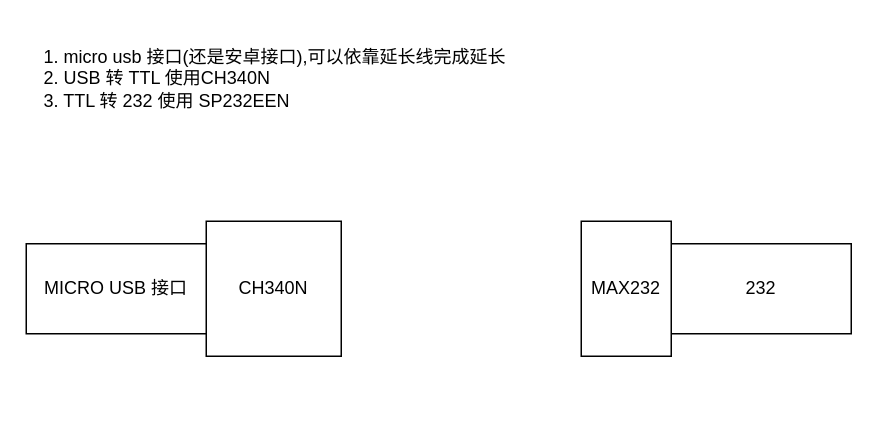
Above: misc/usb转ttl.drawio in iysheng/reddbg (draw.io), before the change. Source tidied: cells renumbered, new cells numbered last; positions are measured from the earlier drawing's top-left corner, leaving out a move shared by most shapes. Both pictures are drawn from the tidied source at 150%, with x=0, y=0 at pixel (26, 26).
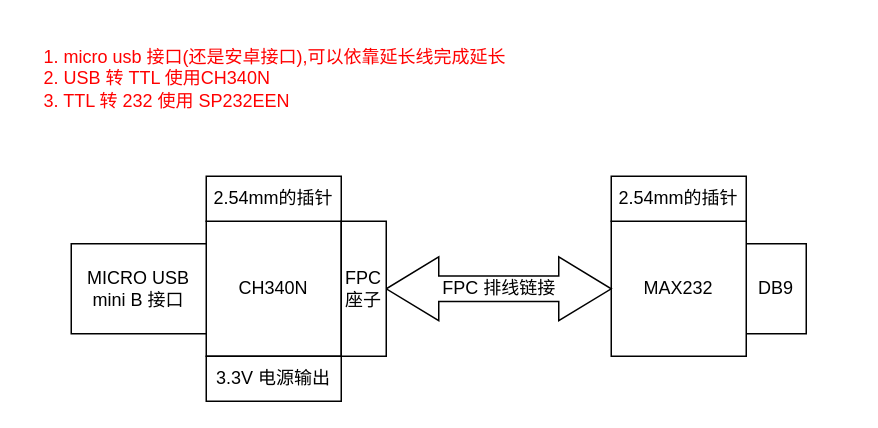
The same diagram, later.

What changed in the source:
```diff
@@
 <mxGraphModel>
   <root>
     <mxCell id="0" />
     <mxCell id="1" parent="0" />
     <mxCell id="2" value="CH340N" style="rounded=0;whiteSpace=wrap;html=1;" parent="1" vertex="1">
       <mxGeometry x="120" y="130" width="90" height="90" as="geometry" />
     </mxCell>
-    <mxCell id="3" value="MICRO USB 接口" style="rounded=0;whiteSpace=wrap;html=1;" parent="1" vertex="1">
-      <mxGeometry y="145" width="120" height="60" as="geometry" />
+    <mxCell id="3" value="MICRO USB &lt;br&gt;mini B 接口" style="rounded=0;whiteSpace=wrap;html=1;" parent="1" vertex="1">
+      <mxGeometry x="30" y="145" width="90" height="60" as="geometry" />
     </mxCell>
-    <mxCell id="4" value="232" style="rounded=0;whiteSpace=wrap;html=1;" parent="1" vertex="1">
-      <mxGeometry x="430" y="145" width="120" height="60" as="geometry" />
+    <mxCell id="4" value="DB9" style="rounded=0;whiteSpace=wrap;html=1;" parent="1" vertex="1">
+      <mxGeometry x="480" y="145" width="40" height="60" as="geometry" />
     </mxCell>
-    <mxCell id="5" value="1. micro usb 接口(还是安卓接口),可以依靠延长线完成延长&lt;br&gt;2. USB 转 TTL 使用CH340N&lt;br&gt;3. TTL 转 232 使用 SP232EEN" style="text;html=1;strokeColor=none;fillColor=none;align=left;verticalAlign=middle;whiteSpace=wrap;rounded=0;" parent="1" vertex="1">
+    <mxCell id="5" value="1. micro usb 接口(还是安卓接口),可以依靠延长线完成延长&lt;br&gt;2. USB 转 TTL 使用CH340N&lt;br&gt;3. TTL 转 232 使用 SP232EEN" style="text;html=1;strokeColor=none;fillColor=none;align=left;verticalAlign=middle;whiteSpace=wrap;rounded=0;fontColor=#FF0000;" parent="1" vertex="1">
       <mxGeometry x="10" width="370" height="70" as="geometry" />
     </mxCell>
     <mxCell id="6" value="MAX232" style="rounded=0;whiteSpace=wrap;html=1;" parent="1" vertex="1">
-      <mxGeometry x="370" y="130" width="60" height="90" as="geometry" />
+      <mxGeometry x="390" y="130" width="90" height="90" as="geometry" />
     </mxCell>
+    <mxCell id="7" value="FPC 排线链接" style="html=1;shadow=0;dashed=0;align=center;verticalAlign=middle;shape=mxgraph.arrows2.twoWayArrow;dy=0.6;dx=35;" parent="1" vertex="1">
+      <mxGeometry x="240" y="153.8" width="150" height="42.5" as="geometry" />
+    </mxCell>
+    <mxCell id="8" value="2.54mm的插针" style="rounded=0;whiteSpace=wrap;html=1;" parent="1" vertex="1">
+      <mxGeometry x="120" y="100" width="90" height="30" as="geometry" />
+    </mxCell>
+    <mxCell id="9" value="FPC座子" style="rounded=0;whiteSpace=wrap;html=1;" parent="1" vertex="1">
+      <mxGeometry x="210" y="130" width="30" height="90" as="geometry" />
+    </mxCell>
+    <mxCell id="10" value="3.3V 电源输出" style="rounded=0;whiteSpace=wrap;html=1;" parent="1" vertex="1">
+      <mxGeometry x="120" y="220" width="90" height="30" as="geometry" />
+    </mxCell>
+    <mxCell id="11" value="2.54mm的插针" style="rounded=0;whiteSpace=wrap;html=1;" parent="1" vertex="1">
+      <mxGeometry x="390" y="100" width="90" height="30" as="geometry" />
+    </mxCell>
   </root>
 </mxGraphModel>
```
